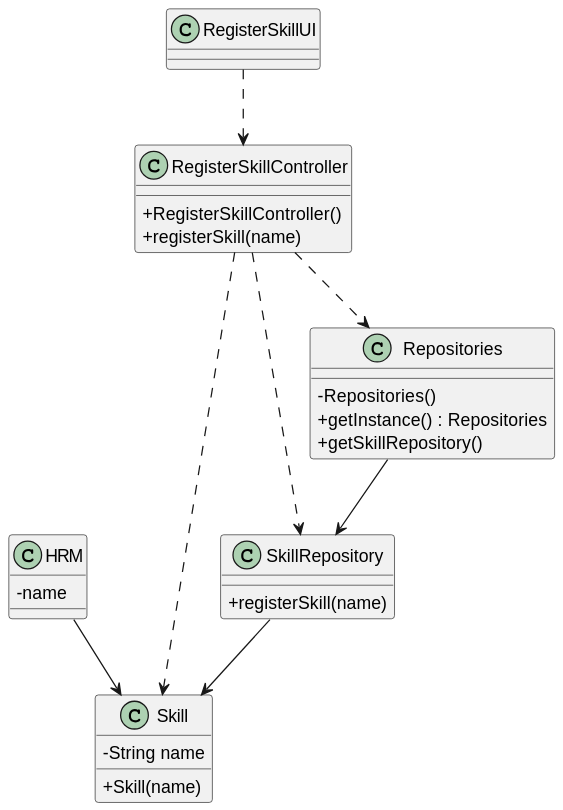
Before: docs/sprintA&B/us01/03.design/svg/us001-class-diagram.svg, a diagram exported from PlantUML (daniel41silva05/ISEP_2023_2024_LAPR2). Its diagram source:
```plantuml
@startuml
skinparam packageStyle rectangle
skinparam shadowing false
skinparam linetype polyline

skinparam classAttributeIconSize 0


class Skill {
    - String name

    + Skill(name)
}

class HRM {
    - name
}

class SkillRepository {
    + registerSkill(name)
}

class Repositories {
    - Repositories()
    + getInstance() : Repositories
    + getSkillRepository()
}

class RegisterSkillController {
    + RegisterSkillController()
    + registerSkill(name)
}

class RegisterSkillUI {
}

RegisterSkillUI ..> RegisterSkillController
RegisterSkillController ..> Repositories
RegisterSkillController ..> SkillRepository
RegisterSkillController ..> Skill
Repositories --> SkillRepository
HRM --> Skill
SkillRepository --> Skill
@enduml
```
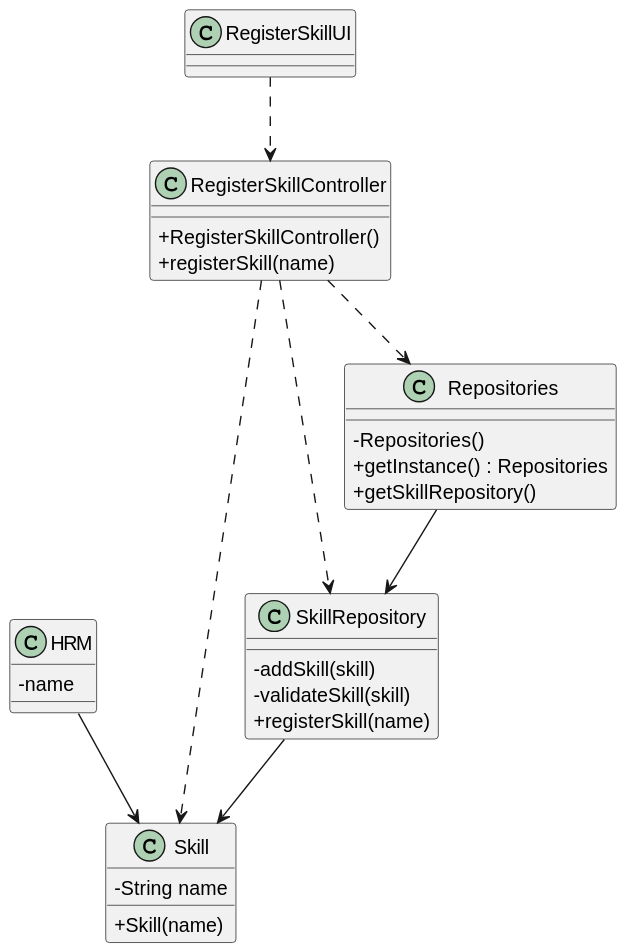
Above is the later version.

Change to the diagram source:
```diff
@@ -17,6 +17,8 @@
 }
 
 class SkillRepository {
+    - addSkill(skill)
+    - validateSkill(skill)
     + registerSkill(name)
 }
 
```
